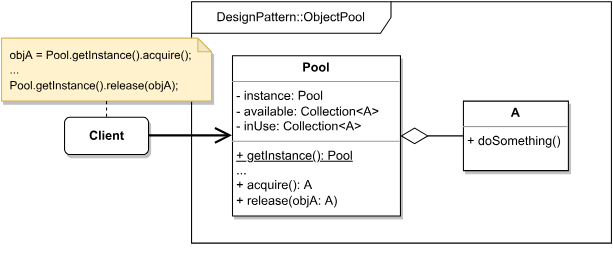
This is ObjectPool/ObjectPool.svg from safar-jn/design-patterns, a draw.io export, as it was before one commit. Source tidied: cells renumbered, new cells last; positions are measured from the earlier drawing's top-left corner, leaving out a move shared by most shapes. Its diagram source:
```xml
<mxGraphModel>
  <root>
    <mxCell id="0" />
    <mxCell id="1" parent="0" />
    <mxCell id="2" value="DesignPattern::ObjectPool" style="shape=umlFrame;whiteSpace=wrap;html=1;width=190;height=30;" parent="1" vertex="1">
      <mxGeometry x="181" width="400" height="230" as="geometry" />
    </mxCell>
    <mxCell id="3" style="edgeStyle=orthogonalEdgeStyle;rounded=0;orthogonalLoop=1;jettySize=auto;html=1;exitX=0.5;exitY=1;exitDx=0;exitDy=0;" parent="1" edge="1">
      <mxGeometry relative="1" as="geometry">
        <mxPoint x="319" y="243" as="sourcePoint" />
        <mxPoint x="319" y="243" as="targetPoint" />
      </mxGeometry>
    </mxCell>
    <mxCell id="4" value="&lt;b&gt;Client&lt;/b&gt;" style="html=1;rounded=1;shadow=1;glass=0;sketch=0;strokeColor=default;strokeWidth=1;fontSize=12;fontColor=default;fillColor=default;gradientColor=none;" parent="1" vertex="1">
      <mxGeometry x="60" y="110" width="80" height="35.6" as="geometry" />
    </mxCell>
    <mxCell id="5" value="&lt;p style=&quot;margin:0px;margin-top:4px;text-align:center;&quot;&gt;&lt;b&gt;Pool&lt;/b&gt;&lt;/p&gt;&lt;hr size=&quot;1&quot;&gt;&lt;p style=&quot;margin:0px;margin-left:4px;&quot;&gt;- instance: Pool&lt;/p&gt;&lt;p style=&quot;margin:0px;margin-left:4px;&quot;&gt;- available: Collection&amp;lt;A&amp;gt;&lt;/p&gt;&lt;p style=&quot;margin:0px;margin-left:4px;&quot;&gt;- inUse: Collection&amp;lt;A&amp;gt;&lt;/p&gt;&lt;hr size=&quot;1&quot;&gt;&lt;p style=&quot;margin:0px;margin-left:4px;&quot;&gt;&lt;u&gt;+ getInstance(): Pool&lt;/u&gt;&lt;/p&gt;&lt;p style=&quot;margin:0px;margin-left:4px;&quot;&gt;...&lt;/p&gt;&lt;p style=&quot;margin:0px;margin-left:4px;&quot;&gt;+ acquire(): A&lt;/p&gt;&lt;p style=&quot;margin:0px;margin-left:4px;&quot;&gt;+ release(objA: A)&lt;/p&gt;" style="verticalAlign=top;align=left;overflow=fill;fontSize=12;fontFamily=Helvetica;html=1;rounded=0;shadow=1;glass=0;sketch=0;strokeColor=default;strokeWidth=1;fontColor=default;fillColor=default;gradientColor=none;" parent="1" vertex="1">
      <mxGeometry x="220" y="51.6" width="160" height="152.5" as="geometry" />
    </mxCell>
    <mxCell id="6" value="&lt;p style=&quot;margin:0px;margin-top:4px;text-align:center;&quot;&gt;&lt;b&gt;A&lt;/b&gt;&lt;/p&gt;&lt;hr size=&quot;1&quot;&gt;&lt;p style=&quot;margin:0px;margin-left:4px;&quot;&gt;+ doSomething()&lt;/p&gt;" style="verticalAlign=top;align=left;overflow=fill;fontSize=12;fontFamily=Helvetica;html=1;rounded=0;shadow=1;glass=0;sketch=0;strokeColor=default;strokeWidth=1;fontColor=default;fillColor=default;gradientColor=none;" parent="1" vertex="1">
      <mxGeometry x="440" y="94.7" width="100" height="66.2" as="geometry" />
    </mxCell>
    <mxCell id="7" style="endArrow=diamondThin;endFill=0;endSize=24;html=1;rounded=0;shadow=0;labelBackgroundColor=default;sketch=0;strokeColor=#000000;strokeWidth=1;fontSize=12;fontColor=default;entryX=1;entryY=0.5;entryDx=0;entryDy=0;exitX=0;exitY=0.5;exitDx=0;exitDy=0;" parent="1" edge="1" source="6" target="5">
      <mxGeometry relative="1" as="geometry" />
    </mxCell>
    <mxCell id="8" style="endArrow=open;endSize=12;html=1;rounded=0;shadow=0;labelBackgroundColor=default;sketch=0;strokeColor=#000000;strokeWidth=2;fontSize=12;fontColor=default;exitX=1;exitY=0.5;exitDx=0;exitDy=0;entryX=0;entryY=0.5;entryDx=0;entryDy=0;" parent="1" edge="1" source="4" target="5">
      <mxGeometry x="-0.47" y="30" relative="1" as="geometry" />
    </mxCell>
    <mxCell id="9" value="&lt;font style=&quot;font-size: 11px;&quot;&gt;&amp;nbsp; objA = Pool.getInstance().acquire();&lt;br&gt;&amp;nbsp; ...&lt;br&gt;&amp;nbsp; Pool.getInstance().release(objA);&lt;/font&gt;" style="shape=note;whiteSpace=wrap;html=1;backgroundOutline=1;darkOpacity=0.05;rounded=0;shadow=1;glass=0;sketch=0;strokeColor=#d6b656;strokeWidth=1;fontSize=12;fillColor=#fff2cc;size=13;align=left;" parent="1" vertex="1">
      <mxGeometry y="34.7" width="200" height="60" as="geometry" />
    </mxCell>
    <mxCell id="10" style="endArrow=none;dashed=1;html=1;rounded=0;shadow=0;labelBackgroundColor=default;sketch=0;strokeColor=#000000;strokeWidth=1;fontSize=11;fontColor=default;entryX=0.5;entryY=0;entryDx=0;entryDy=0;exitX=0.5;exitY=1;exitDx=0;exitDy=0;exitPerimeter=0;" parent="1" edge="1" source="9" target="4">
      <mxGeometry relative="1" as="geometry" />
    </mxCell>
  </root>
</mxGraphModel>
```
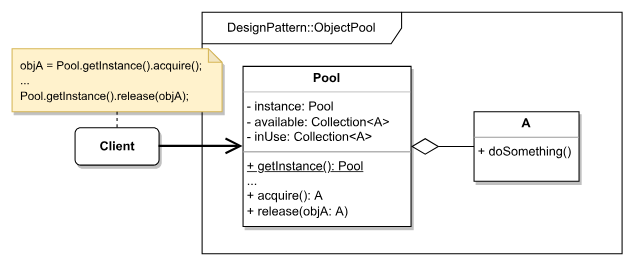
Later version of the same file.

Commit message:
feat(object-pool): add example description

What changed in the source:
```diff
@@ -2,15 +2,18 @@
   <root>
     <mxCell id="0" />
     <mxCell id="1" parent="0" />
+    <mxCell id="11" style="rounded=0;whiteSpace=wrap;html=1;strokeColor=none;" parent="1" vertex="1">
+      <mxGeometry x="-10" y="-10" width="600" height="250" as="geometry" />
+    </mxCell>
     <mxCell id="2" value="DesignPattern::ObjectPool" style="shape=umlFrame;whiteSpace=wrap;html=1;width=190;height=30;" parent="1" vertex="1">
       <mxGeometry x="181" width="400" height="230" as="geometry" />
     </mxCell>
-    <mxCell id="3" style="edgeStyle=orthogonalEdgeStyle;rounded=0;orthogonalLoop=1;jettySize=auto;html=1;exitX=0.5;exitY=1;exitDx=0;exitDy=0;" parent="1" edge="1">
-      <mxGeometry relative="1" as="geometry">
-        <mxPoint x="319" y="243" as="sourcePoint" />
-        <mxPoint x="319" y="243" as="targetPoint" />
-      </mxGeometry>
-    </mxCell>
+    <mxCell id="12" style="edgeStyle=orthogonalEdgeStyle;rounded=0;orthogonalLoop=1;jettySize=auto;html=1;exitX=0.5;exitY=1;exitDx=0;exitDy=0;" parent="1" edge="1">
+      <mxGeometry relative="1" as="geometry">
+        <mxPoint x="319" y="243" as="sourcePoint" />
+        <mxPoint x="319" y="243" as="targetPoint" />
+      </mxGeometry>
+    </mxCell>
     <mxCell id="4" value="&lt;b&gt;Client&lt;/b&gt;" style="html=1;rounded=1;shadow=1;glass=0;sketch=0;strokeColor=default;strokeWidth=1;fontSize=12;fontColor=default;fillColor=default;gradientColor=none;" parent="1" vertex="1">
       <mxGeometry x="60" y="110" width="80" height="35.6" as="geometry" />
     </mxCell>
```
